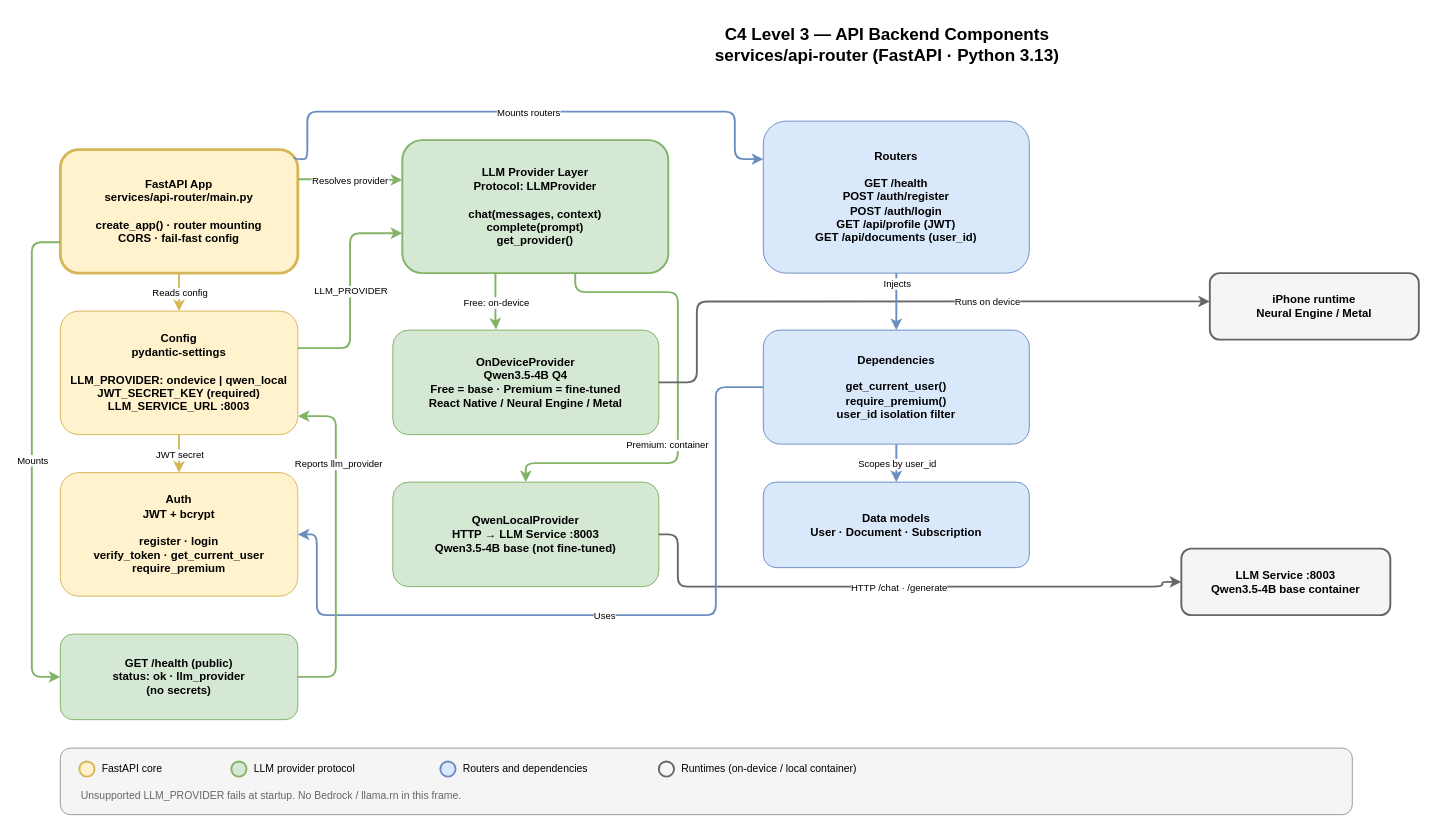
da-ros/llm-brain keeps this draw.io diagram as openspec/changes/objective-1-0-architecture-repo/output/diagrams/c4-component-api.drawio. Above is the earlier version. Source tidied: cells renumbered, new cells numbered last; positions are measured from the earlier drawing's top-left corner, leaving out a move shared by most shapes. Both pictures are drawn from the tidied source at 95%, with x=0, y=0 at pixel (31, 16).
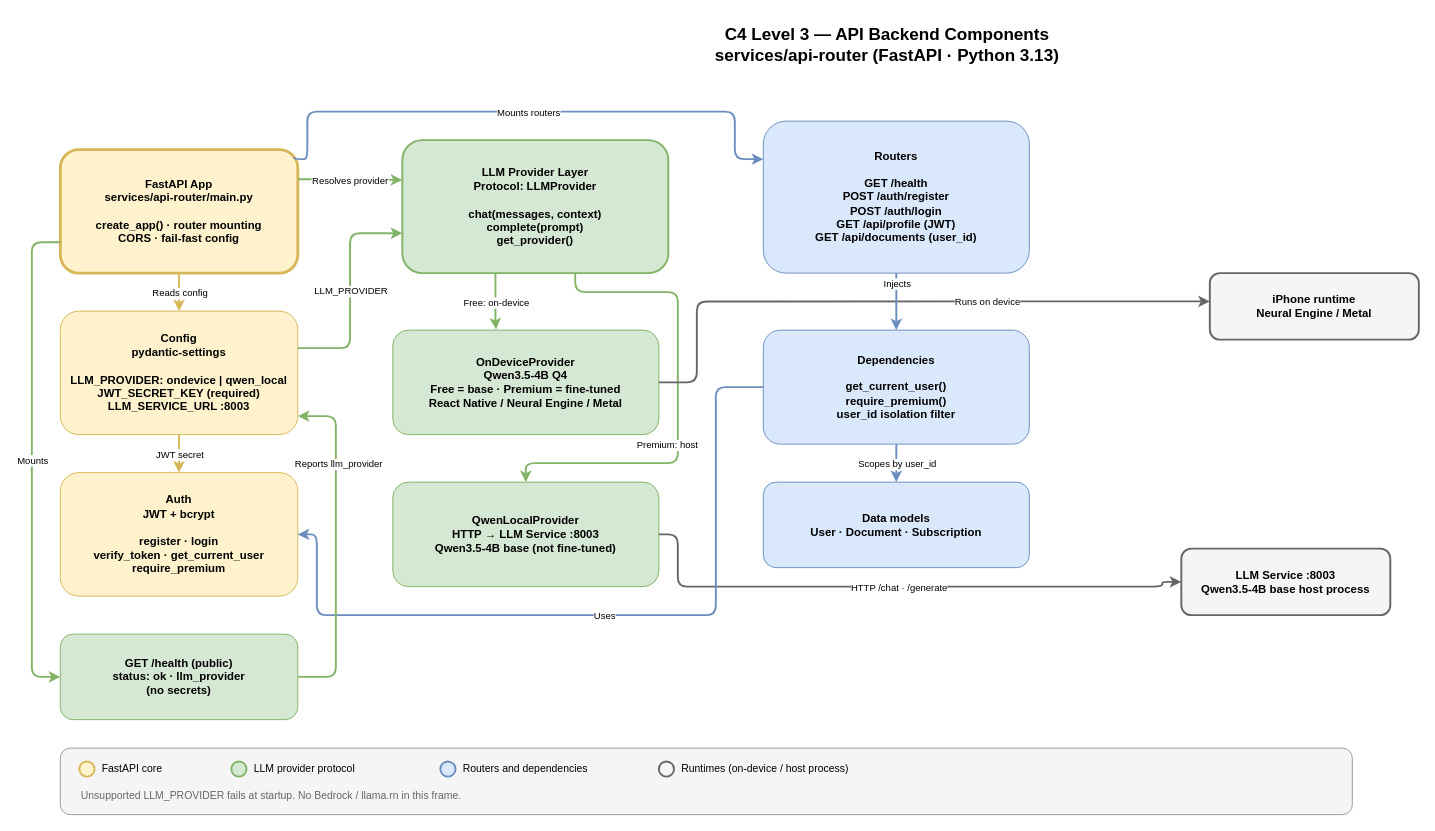
After the change.

Unchanged cells that the change refers to:
```xml
<mxCell id="29" style="edgeStyle=orthogonalEdgeStyle;rounded=1;jettySize=auto;html=1;strokeWidth=2;endArrow=classic;strokeColor=#82b366;exitX=0.65;exitY=1;exitDx=0;exitDy=0;entryX=0.5;entryY=0;entryDx=0;entryDy=0;" parent="1" edge="1" source="7" target="9">
  <mxGeometry relative="1" as="geometry">
    <Array as="points">
      <mxPoint x="572" y="290" />
      <mxPoint x="680" y="290" />
      <mxPoint x="680" y="470" />
      <mxPoint x="520" y="470" />
    </Array>
  </mxGeometry>
</mxCell>
```

The edit, as a diff of the source:
```diff
@@
-    <mxCell id="14" value="LLM Service :8003&#10;Qwen3.5-4B base container" style="rounded=1;whiteSpace=wrap;html=1;fillColor=#f5f5f5;strokeColor=#666666;fontSize=12;fontStyle=1;strokeWidth=2;" parent="1" vertex="1">
+    <mxCell id="14" value="LLM Service :8003&#10;Qwen3.5-4B base host process" style="rounded=1;whiteSpace=wrap;html=1;fillColor=#f5f5f5;strokeColor=#666666;fontSize=12;fontStyle=1;strokeWidth=2;" parent="1" vertex="1">
       <mxGeometry x="1210" y="560" width="220" height="70" as="geometry" />
     </mxCell>
@@
-    <mxCell id="30" value="Premium: container" style="edgeLabel;html=1;align=center;verticalAlign=middle;fontSize=10;" parent="29" vertex="1">
+    <mxCell id="30" value="Premium: host" style="edgeLabel;html=1;align=center;verticalAlign=middle;fontSize=10;" parent="29" vertex="1">
       <mxGeometry relative="1" as="geometry">
         <mxPoint x="-12" y="44" as="offset" />
       </mxGeometry>
     </mxCell>
@@
-    <mxCell id="51" value="Runtimes (on-device / local container)" style="text;html=1;align=left;verticalAlign=middle;strokeColor=none;fillColor=none;fontSize=11;" parent="1" vertex="1">
+    <mxCell id="51" value="Runtimes (on-device / host process)" style="text;html=1;align=left;verticalAlign=middle;strokeColor=none;fillColor=none;fontSize=11;" parent="1" vertex="1">
       <mxGeometry x="682" y="780" width="260" height="24" as="geometry" />
     </mxCell>
```
